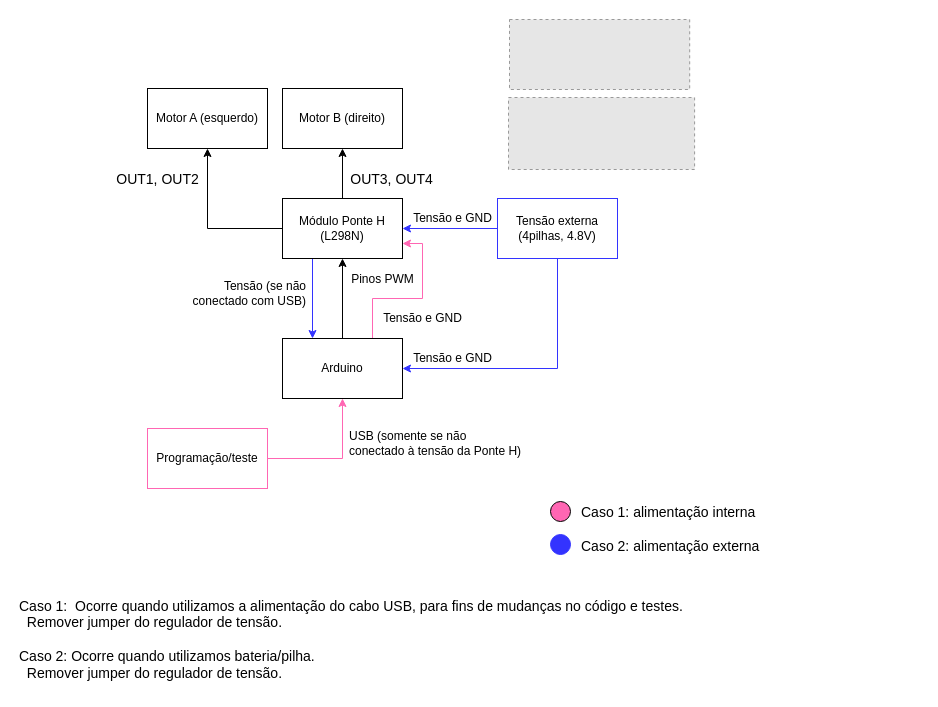
Above: page "Conexão alimentação" (3 of 3) of docs/general_project_block_diagram.drawio in victoriafabris/robo-anticolisao-arduino-python (draw.io), before the change. Source tidied: cells renumbered, new cells numbered last; positions are measured from the earlier drawing's top-left corner, leaving out a move shared by most shapes. Both pictures are drawn from the tidied source at 100%, with x=0, y=0 at pixel (17, 19). Pictures stored in the file or linked from it are replaced by grey dashed boxes.
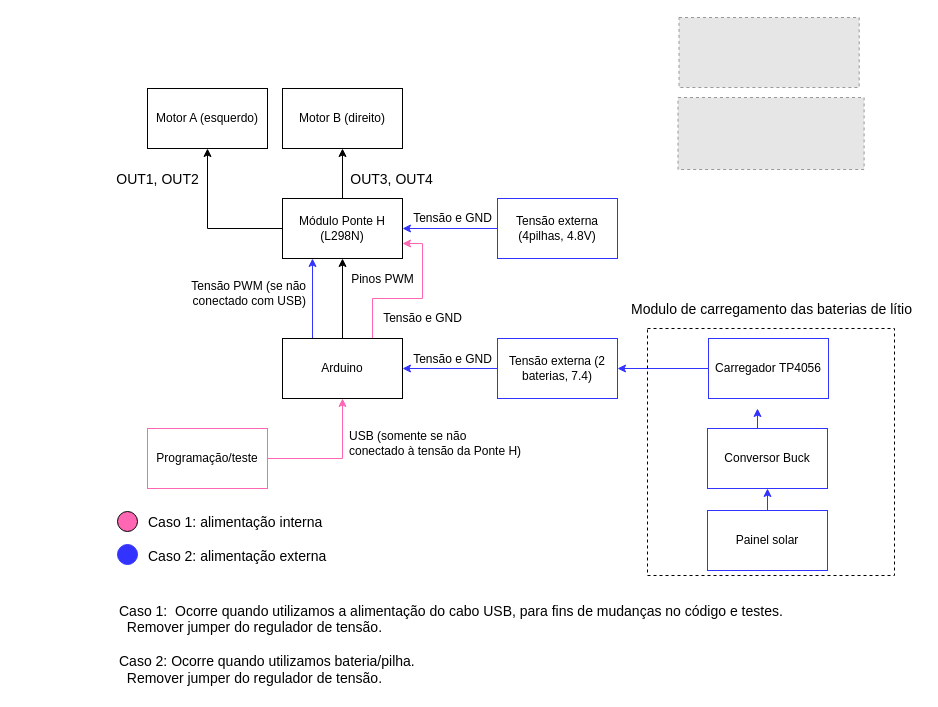
After the change.

Unchanged cells that the change refers to:
```xml
<mxCell id="5" value="Módulo Ponte H&lt;br&gt;(L298N)" style="rounded=0;whiteSpace=wrap;html=1;" parent="1" vertex="1">
  <mxGeometry x="265" y="179" width="120" height="60" as="geometry" />
</mxCell>
<mxCell id="10" value="Arduino" style="rounded=0;whiteSpace=wrap;html=1;" parent="1" vertex="1">
  <mxGeometry x="265" y="319" width="120" height="60" as="geometry" />
</mxCell>
<mxCell id="13" value="Tensão externa (4pilhas, 4.8V)" style="rounded=0;whiteSpace=wrap;html=1;strokeColor=#3333FF;" parent="1" vertex="1">
  <mxGeometry x="480" y="179" width="120" height="60" as="geometry" />
</mxCell>
```

The edit, as a diff of the source:
```diff
@@
-    <mxCell id="2" style="edgeStyle=orthogonalEdgeStyle;rounded=0;jettySize=auto;html=1;exitX=0.25;exitY=1;exitDx=0;exitDy=0;entryX=0.25;entryY=0;entryDx=0;entryDy=0;strokeColor=#3333FF;fillColor=#3333FF;" parent="1" edge="1" source="5" target="10">
+    <mxCell id="2" style="edgeStyle=orthogonalEdgeStyle;rounded=0;jettySize=auto;html=1;entryX=0.25;entryY=1;entryDx=0;entryDy=0;strokeColor=#3333FF;fillColor=#3333FF;exitX=0.25;exitY=0;exitDx=0;exitDy=0;" parent="1" edge="1" source="10" target="5">
       <mxGeometry relative="1" as="geometry" />
     </mxCell>
@@
-    <mxCell id="12" style="edgeStyle=orthogonalEdgeStyle;rounded=0;jettySize=auto;html=1;exitX=0.5;exitY=1;exitDx=0;exitDy=0;entryX=1;entryY=0.5;entryDx=0;entryDy=0;strokeColor=#3333FF;" parent="1" edge="1" source="13" target="10">
-      <mxGeometry relative="1" as="geometry" />
-    </mxCell>
@@
     <mxCell id="15" value="Tensão e GND" style="text;html=1;align=center;verticalAlign=middle;strokeColor=none;fillColor=none;" parent="1" vertex="1">
-      <mxGeometry x="390" y="329" width="90" height="20" as="geometry" />
+      <mxGeometry x="390" y="330" width="90" height="20" as="geometry" />
     </mxCell>
-    <mxCell id="16" value="Tensão (se não &lt;br&gt;conectado com USB)" style="text;html=1;align=right;verticalAlign=middle;strokeColor=none;fillColor=none;" parent="1" vertex="1">
+    <mxCell id="16" value="Tensão PWM (se não &lt;br&gt;conectado com USB)" style="text;html=1;align=right;verticalAlign=middle;strokeColor=none;fillColor=none;" parent="1" vertex="1">
       <mxGeometry x="160" y="259" width="130" height="30" as="geometry" />
     </mxCell>
@@
     <mxCell id="20" value="&lt;font style=&quot;font-size: 14px&quot;&gt;Caso 1: alimentação interna&lt;br&gt;&lt;br&gt;Caso 2: alimentação externa&lt;/font&gt;" style="text;html=1;align=left;verticalAlign=middle;strokeColor=none;fillColor=none;" parent="1" vertex="1">
-      <mxGeometry x="562" y="485" width="190" height="50" as="geometry" />
+      <mxGeometry x="129" y="495" width="190" height="50" as="geometry" />
     </mxCell>
     <mxCell id="21" style="ellipse;whiteSpace=wrap;html=1;fontSize=14;fillColor=#FF66B3;" parent="1" vertex="1">
-      <mxGeometry x="533" y="482" width="20" height="20" as="geometry" />
+      <mxGeometry x="100" y="492" width="20" height="20" as="geometry" />
     </mxCell>
     <mxCell id="22" style="ellipse;whiteSpace=wrap;html=1;fontSize=14;fillColor=#3333FF;strokeColor=#3333FF;" parent="1" vertex="1">
-      <mxGeometry x="533" y="515" width="20" height="20" as="geometry" />
+      <mxGeometry x="100" y="525" width="20" height="20" as="geometry" />
     </mxCell>
     <mxCell id="23" value="&lt;font style=&quot;font-size: 14px&quot;&gt;Caso 1: &lt;span style=&quot;white-space: pre&quot;&gt; &lt;/span&gt;Ocorre quando utilizamos a alimentação do cabo USB, para fins de mudanças no código e testes.&lt;br&gt;&lt;span style=&quot;white-space: pre&quot;&gt; &lt;/span&gt;&lt;span style=&quot;white-space: pre&quot;&gt; &lt;/span&gt;Remover jumper do regulador de tensão.&amp;nbsp;&lt;br&gt;&lt;br&gt;Caso 2:&lt;span style=&quot;white-space: pre&quot;&gt; &lt;/span&gt;Ocorre quando utilizamos bateria/pilha.&lt;br&gt;&lt;span style=&quot;white-space: pre&quot;&gt; &lt;/span&gt;&lt;span style=&quot;white-space: pre&quot;&gt; &lt;/span&gt;Remover jumper do regulador de tensão.&lt;br&gt;&lt;/font&gt;" style="text;html=1;align=left;verticalAlign=middle;strokeColor=none;fillColor=none;fontSize=14;" parent="1" vertex="1">
-      <mxGeometry y="575" width="690" height="90" as="geometry" />
+      <mxGeometry x="100" y="580" width="690" height="90" as="geometry" />
     </mxCell>
@@
     <mxCell id="28" style="fillColor=#E6E6E6;strokeColor=#999999;dashed=1;verticalLabelPosition=bottom;labelBackgroundColor=default;verticalAlign=top;" parent="1" vertex="1">
-      <mxGeometry x="492" width="180.2" height="70" as="geometry" />
+      <mxGeometry x="661.5" y="-2" width="180.2" height="70" as="geometry" />
     </mxCell>
     <mxCell id="29" style="fillColor=#E6E6E6;strokeColor=#999999;dashed=1;verticalLabelPosition=bottom;labelBackgroundColor=default;verticalAlign=top;" parent="1" vertex="1">
-      <mxGeometry x="491" y="78" width="186.1" height="72" as="geometry" />
+      <mxGeometry x="660.5" y="78" width="186.1" height="72" as="geometry" />
     </mxCell>
+    <mxCell id="30" style="edgeStyle=orthogonalEdgeStyle;rounded=0;jettySize=auto;html=1;exitX=0;exitY=0.5;exitDx=0;exitDy=0;entryX=1;entryY=0.5;entryDx=0;entryDy=0;strokeColor=#3333FF;" parent="1" edge="1" source="31" target="10">
+      <mxGeometry relative="1" as="geometry" />
+    </mxCell>
+    <mxCell id="31" value="Tensão externa (2 baterias, 7.4)" style="rounded=0;whiteSpace=wrap;html=1;strokeColor=#3333FF;" parent="1" vertex="1">
+      <mxGeometry x="480" y="319" width="120" height="60" as="geometry" />
+    </mxCell>
+    <mxCell id="32" style="edgeStyle=orthogonalEdgeStyle;rounded=0;jettySize=auto;html=1;exitX=0;exitY=0.5;exitDx=0;exitDy=0;entryX=1;entryY=0.5;entryDx=0;entryDy=0;strokeColor=#3333FF;" parent="1" edge="1" source="33" target="31">
+      <mxGeometry relative="1" as="geometry" />
+    </mxCell>
+    <mxCell id="33" value="Carregador TP4056" style="rounded=0;whiteSpace=wrap;html=1;strokeColor=#3333FF;" parent="1" vertex="1">
+      <mxGeometry x="691" y="319" width="120" height="60" as="geometry" />
+    </mxCell>
+    <mxCell id="34" style="edgeStyle=orthogonalEdgeStyle;rounded=0;jettySize=auto;html=1;exitX=0.5;exitY=0;exitDx=0;exitDy=0;strokeColor=#3333FF;" parent="1" edge="1" source="35">
+      <mxGeometry relative="1" as="geometry">
+        <mxPoint x="740" y="389" as="targetPoint" />
+      </mxGeometry>
+    </mxCell>
+    <mxCell id="35" value="Conversor Buck" style="rounded=0;whiteSpace=wrap;html=1;strokeColor=#3333FF;" parent="1" vertex="1">
+      <mxGeometry x="690" y="409" width="120" height="60" as="geometry" />
+    </mxCell>
+    <mxCell id="36" style="edgeStyle=orthogonalEdgeStyle;rounded=0;jettySize=auto;html=1;exitX=0.5;exitY=0;exitDx=0;exitDy=0;entryX=0.5;entryY=1;entryDx=0;entryDy=0;strokeColor=#3333FF;" parent="1" edge="1" source="37" target="35">
+      <mxGeometry relative="1" as="geometry" />
+    </mxCell>
+    <mxCell id="37" value="Painel solar" style="rounded=0;whiteSpace=wrap;html=1;strokeColor=#3333FF;" parent="1" vertex="1">
+      <mxGeometry x="690" y="491" width="120" height="60" as="geometry" />
+    </mxCell>
+    <mxCell id="38" style="whiteSpace=wrap;html=1;dashed=1;fillColor=none;" parent="1" vertex="1">
+      <mxGeometry x="630" y="309" width="247" height="247" as="geometry" />
+    </mxCell>
+    <mxCell id="39" value="&lt;font style=&quot;font-size: 14px&quot;&gt;Modulo de carregamento das baterias de lítio&lt;/font&gt;" style="text;html=1;align=center;verticalAlign=middle;strokeColor=none;fillColor=none;" parent="1" vertex="1">
+      <mxGeometry x="603.5" y="280" width="300" height="20" as="geometry" />
+    </mxCell>
```
